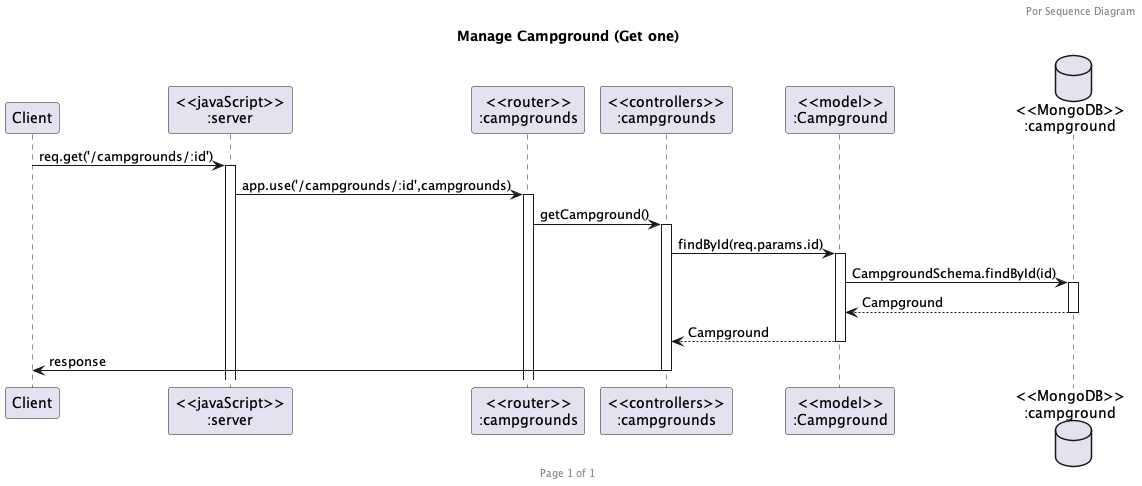
Above: puml/sequence_diagram/campgrounds/out/getone-campground.png in 2110503TACEDT66/presentation-day-1-por (PlantUML), before the change. Its diagram source:
```plantuml
@startuml getone-campground

header Por Sequence Diagram
footer Page %page% of %lastpage%
title "Manage Campground (Get one)"

participant "Client" as client
participant "<<javaScript>>\n:server" as server
participant "<<router>>\n:campgrounds" as routerCampgrounds
participant "<<controllers>>\n:campgrounds" as controllersCampgrounds
participant "<<model>>\n:Campground" as modelCampground
database "<<MongoDB>>\n:campground" as CampgroundsDatabase

client->server ++:req.get('/campgrounds/:id')
server->routerCampgrounds ++:app.use('/campgrounds/:id',campgrounds)
routerCampgrounds -> controllersCampgrounds ++:getCampground()
controllersCampgrounds->modelCampground ++:findById(req.params.id)
modelCampground ->CampgroundsDatabase ++: CampgroundSchema.findById(id)
CampgroundsDatabase --> modelCampground --: Campground
controllersCampgrounds <-- modelCampground --: Campground
controllersCampgrounds->client --:response

@enduml
```
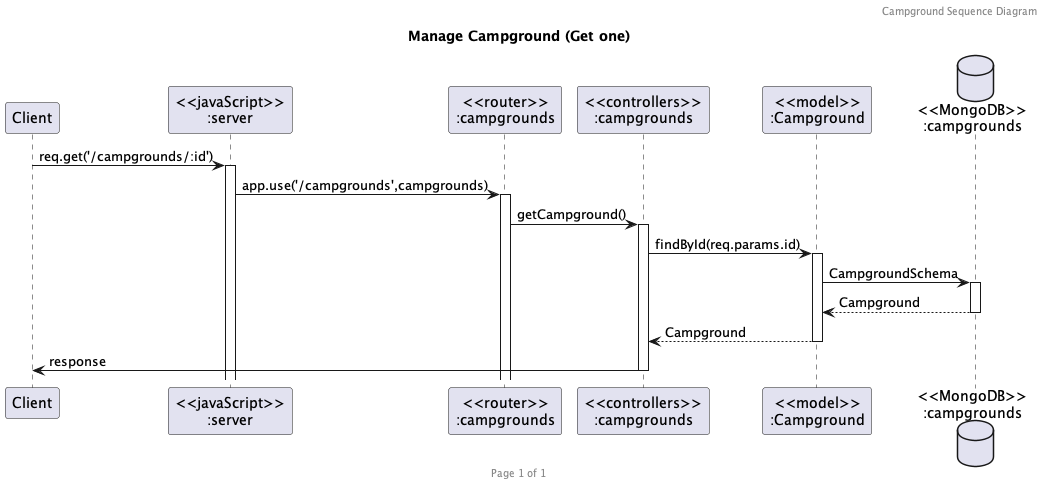
The same diagram one commit later.

The edit, as a diff of the source:
```diff
@@ -1,6 +1,6 @@
 @startuml getone-campground
 
-header Por Sequence Diagram
+header Campground Sequence Diagram
 footer Page %page% of %lastpage%
 title "Manage Campground (Get one)"
 
@@ -9,13 +9,13 @@
 participant "<<router>>\n:campgrounds" as routerCampgrounds
 participant "<<controllers>>\n:campgrounds" as controllersCampgrounds
 participant "<<model>>\n:Campground" as modelCampground
-database "<<MongoDB>>\n:campground" as CampgroundsDatabase
+database "<<MongoDB>>\n:campgrounds" as CampgroundsDatabase
 
 client->server ++:req.get('/campgrounds/:id')
-server->routerCampgrounds ++:app.use('/campgrounds/:id',campgrounds)
+server->routerCampgrounds ++:app.use('/campgrounds',campgrounds)
 routerCampgrounds -> controllersCampgrounds ++:getCampground()
 controllersCampgrounds->modelCampground ++:findById(req.params.id)
-modelCampground ->CampgroundsDatabase ++: CampgroundSchema.findById(id)
+modelCampground ->CampgroundsDatabase ++: CampgroundSchema
 CampgroundsDatabase --> modelCampground --: Campground
 controllersCampgrounds <-- modelCampground --: Campground
 controllersCampgrounds->client --:response
```
